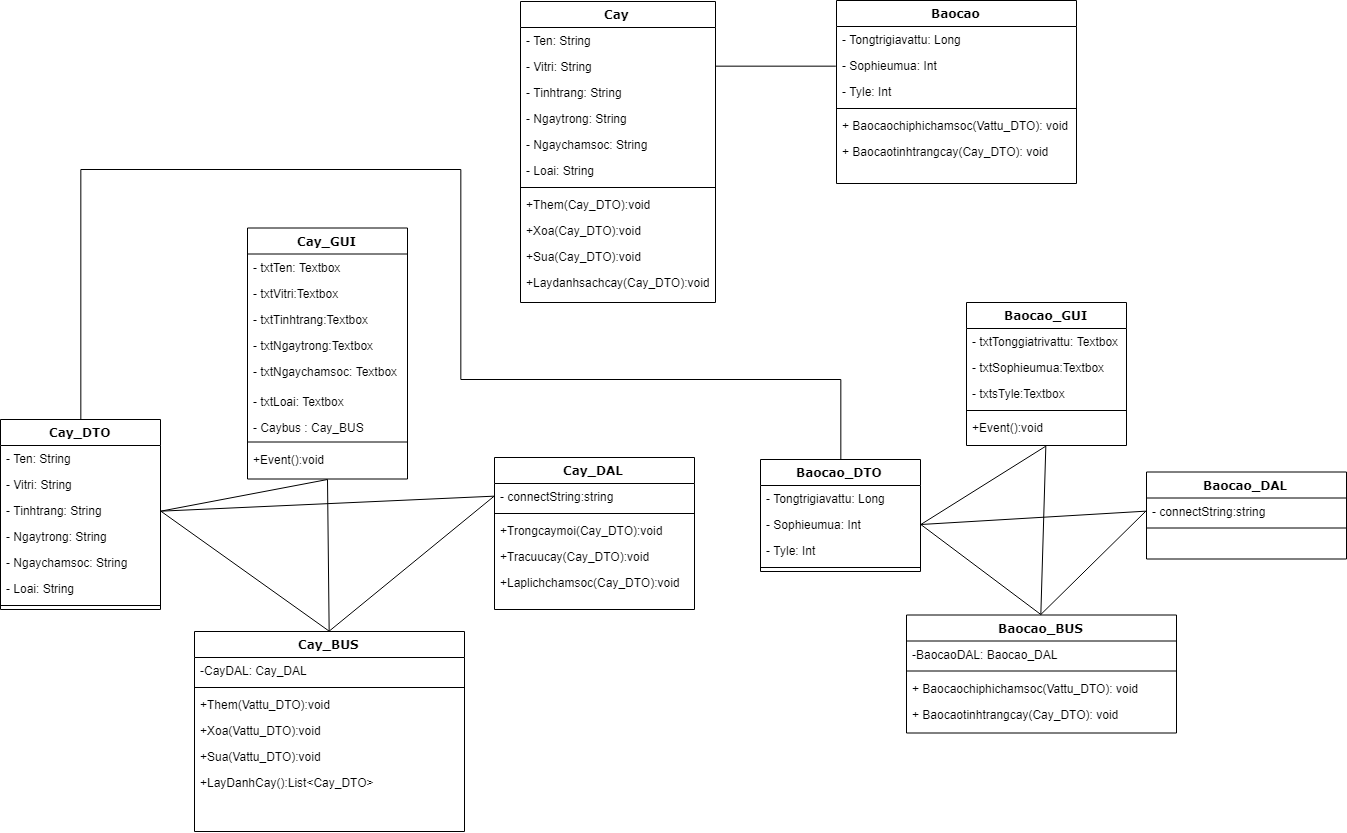
Above: Diagram/CaytthietkeCD.png in phungorquan/TREE-MANAGEMENT-AT-SCHOOL (draw.io), before the change. Source tidied: cells renumbered, new cells last; positions are measured from the earlier drawing's top-left corner, leaving out a move shared by most shapes.
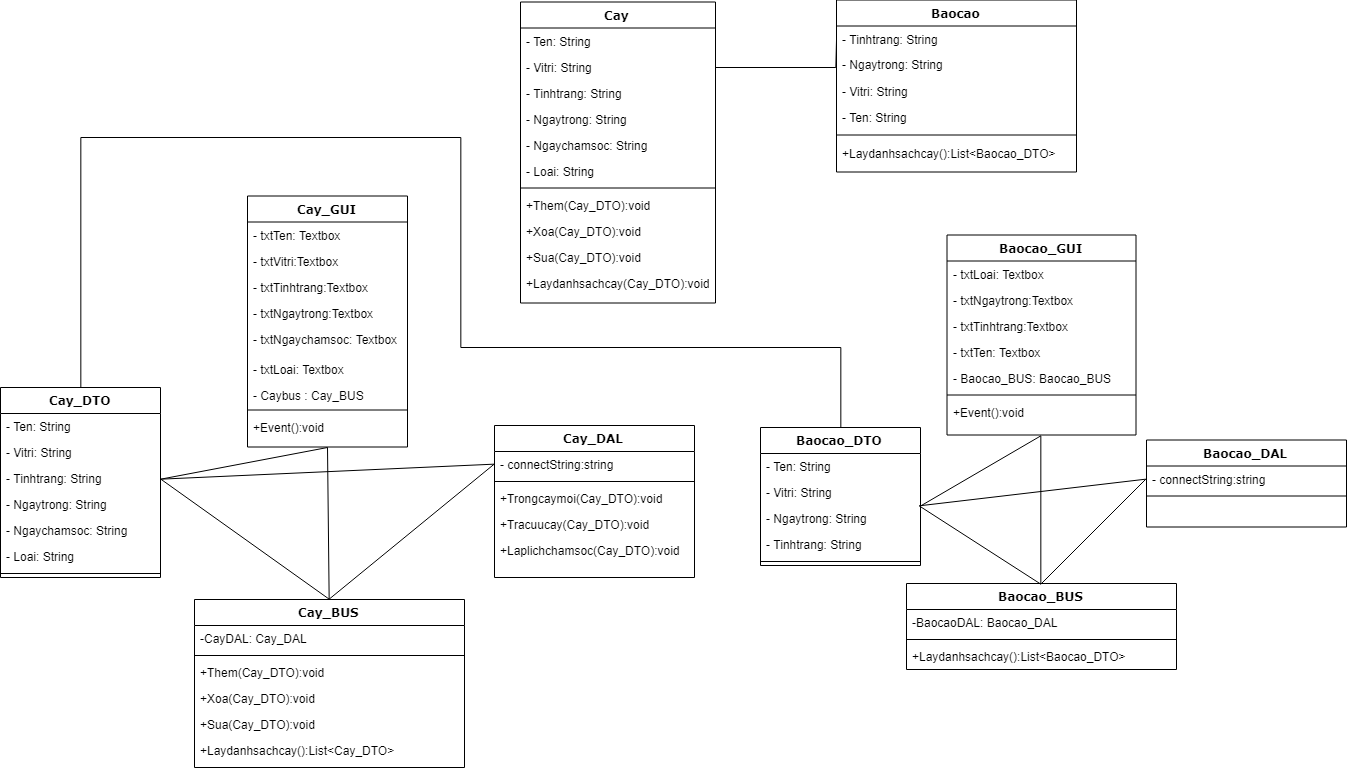
Above is the later version.

Diff of the diagram source:
```diff
@@ -85,7 +85,7 @@
       <mxGeometry y="112" width="200" height="26" as="geometry" />
     </mxCell>
     <mxCell id="27" value="Cay_BUS" style="swimlane;html=1;fontStyle=1;align=center;verticalAlign=top;horizontal=1;startSize=26;swimlaneFillColor=#ffffff;rounded=0;shadow=0;comic=0;labelBackgroundColor=none;strokeColor=#000000;strokeWidth=1;fillColor=none;fontFamily=Verdana;fontSize=12;fontColor=#000000;" parent="1" vertex="1">
-      <mxGeometry x="194" y="631" width="270" height="200" as="geometry" />
+      <mxGeometry x="194" y="631" width="270" height="168" as="geometry" />
     </mxCell>
     <mxCell id="28" value="-CayDAL: Cay_DAL" style="text;html=1;strokeColor=none;fillColor=none;align=left;verticalAlign=top;spacingLeft=4;spacingRight=4;whiteSpace=wrap;overflow=hidden;" parent="27" vertex="1">
       <mxGeometry y="26" width="270" height="26" as="geometry" />
@@ -93,16 +93,16 @@
     <mxCell id="29" style="line;html=1;strokeWidth=1;fillColor=none;align=left;verticalAlign=middle;spacingTop=-1;spacingLeft=3;spacingRight=3;labelPosition=right;" parent="27" vertex="1">
       <mxGeometry y="52" width="270" height="8" as="geometry" />
     </mxCell>
-    <mxCell id="30" value="+Them(&lt;span&gt;Vattu_DTO&lt;/span&gt;):void&lt;br&gt;&lt;br&gt;" style="text;html=1;strokeColor=none;fillColor=none;align=left;verticalAlign=top;spacingLeft=4;spacingRight=4;whiteSpace=wrap;overflow=hidden;" parent="27" vertex="1">
+    <mxCell id="30" value="+Them(Cay_DTO):void&lt;br&gt;&lt;br&gt;" style="text;html=1;strokeColor=none;fillColor=none;align=left;verticalAlign=top;spacingLeft=4;spacingRight=4;whiteSpace=wrap;overflow=hidden;" parent="27" vertex="1">
       <mxGeometry y="60" width="270" height="26" as="geometry" />
     </mxCell>
-    <mxCell id="31" value="+Xoa(Vattu_DTO):void&lt;br&gt;" style="text;html=1;strokeColor=none;fillColor=none;align=left;verticalAlign=top;spacingLeft=4;spacingRight=4;whiteSpace=wrap;overflow=hidden;" parent="27" vertex="1">
+    <mxCell id="31" value="+Xoa(Cay_DTO):void&lt;br&gt;" style="text;html=1;strokeColor=none;fillColor=none;align=left;verticalAlign=top;spacingLeft=4;spacingRight=4;whiteSpace=wrap;overflow=hidden;" parent="27" vertex="1">
       <mxGeometry y="86" width="270" height="26" as="geometry" />
     </mxCell>
-    <mxCell id="32" value="+Sua(Vattu_DTO):void&lt;br&gt;" style="text;html=1;strokeColor=none;fillColor=none;align=left;verticalAlign=top;spacingLeft=4;spacingRight=4;whiteSpace=wrap;overflow=hidden;" parent="27" vertex="1">
+    <mxCell id="32" value="+Sua(Cay_DTO):void&lt;br&gt;" style="text;html=1;strokeColor=none;fillColor=none;align=left;verticalAlign=top;spacingLeft=4;spacingRight=4;whiteSpace=wrap;overflow=hidden;" parent="27" vertex="1">
       <mxGeometry y="112" width="270" height="26" as="geometry" />
     </mxCell>
-    <mxCell id="33" value="+LayDanhCay():List&amp;lt;Cay_DTO&amp;gt;" style="text;html=1;strokeColor=none;fillColor=none;align=left;verticalAlign=top;spacingLeft=4;spacingRight=4;whiteSpace=wrap;overflow=hidden;" parent="27" vertex="1">
+    <mxCell id="33" value="+Laydanhsachcay():List&amp;lt;Cay_DTO&amp;gt;" style="text;html=1;strokeColor=none;fillColor=none;align=left;verticalAlign=top;spacingLeft=4;spacingRight=4;whiteSpace=wrap;overflow=hidden;" parent="27" vertex="1">
       <mxGeometry y="138" width="270" height="26" as="geometry" />
     </mxCell>
     <mxCell id="34" style="endArrow=none;html=1;exitX=0.5;exitY=0;exitDx=0;exitDy=0;entryX=0.5;entryY=1;entryDx=0;entryDy=0;" parent="1" edge="1" source="27" target="11">
@@ -121,58 +121,67 @@
       <mxGeometry relative="1" as="geometry" />
     </mxCell>
     <mxCell id="39" value="Baocao" style="swimlane;html=1;fontStyle=1;align=center;verticalAlign=top;horizontal=1;startSize=26;swimlaneFillColor=#ffffff;rounded=0;shadow=0;comic=0;labelBackgroundColor=none;strokeColor=#000000;strokeWidth=1;fillColor=none;fontFamily=Verdana;fontSize=12;fontColor=#000000;" parent="1" vertex="1">
-      <mxGeometry x="836" width="240" height="183" as="geometry" />
+      <mxGeometry x="836" y="31.5" width="240" height="172" as="geometry" />
     </mxCell>
-    <mxCell id="40" value="- Tongtrigiavattu: Long" style="text;html=1;strokeColor=none;fillColor=none;align=left;verticalAlign=top;spacingLeft=4;spacingRight=4;whiteSpace=wrap;overflow=hidden;" parent="39" vertex="1">
-      <mxGeometry y="26" width="240" height="26" as="geometry" />
-    </mxCell>
-    <mxCell id="41" value="- Sophieumua: Int&lt;br&gt;&lt;br&gt;" style="text;html=1;strokeColor=none;fillColor=none;align=left;verticalAlign=top;spacingLeft=4;spacingRight=4;whiteSpace=wrap;overflow=hidden;points=[[0,0.5],[1,0.5]];portConstraint=eastwest;" parent="39" vertex="1">
-      <mxGeometry y="52" width="240" height="26" as="geometry" />
-    </mxCell>
-    <mxCell id="42" value="- Tyle: Int&lt;br&gt;" style="text;html=1;strokeColor=none;fillColor=none;align=left;verticalAlign=top;spacingLeft=4;spacingRight=4;whiteSpace=wrap;overflow=hidden;" parent="39" vertex="1">
-      <mxGeometry y="78" width="240" height="26" as="geometry" />
-    </mxCell>
+    <mxCell id="83" value="- Tinhtrang: String&lt;br&gt;&lt;br&gt;" style="text;html=1;strokeColor=none;fillColor=none;align=left;verticalAlign=top;spacingLeft=4;spacingRight=4;whiteSpace=wrap;overflow=hidden;" parent="39" vertex="1">
+      <mxGeometry y="26" width="240" height="26" as="geometry" />
+    </mxCell>
+    <mxCell id="84" value="- Ngaytrong: String&lt;br&gt;&lt;br&gt;" style="text;html=1;strokeColor=none;fillColor=none;align=left;verticalAlign=top;spacingLeft=4;spacingRight=4;whiteSpace=wrap;overflow=hidden;" parent="39" vertex="1">
+      <mxGeometry y="52" width="240" height="26" as="geometry" />
+    </mxCell>
+    <mxCell id="85" value="- Vitri: String&lt;br&gt;&lt;br&gt;" style="text;html=1;strokeColor=none;fillColor=none;align=left;verticalAlign=top;spacingLeft=4;spacingRight=4;whiteSpace=wrap;overflow=hidden;" parent="39" vertex="1">
+      <mxGeometry y="78" width="240" height="26" as="geometry" />
+    </mxCell>
+    <mxCell id="86" value="- Ten: String" style="text;html=1;strokeColor=none;fillColor=none;align=left;verticalAlign=top;spacingLeft=4;spacingRight=4;whiteSpace=wrap;overflow=hidden;" parent="39" vertex="1">
+      <mxGeometry y="104" width="240" height="26" as="geometry" />
+    </mxCell>
     <mxCell id="43" style="line;html=1;strokeWidth=1;fillColor=none;align=left;verticalAlign=middle;spacingTop=-1;spacingLeft=3;spacingRight=3;labelPosition=right;" parent="39" vertex="1">
-      <mxGeometry y="104" width="240" height="8" as="geometry" />
+      <mxGeometry y="130" width="240" height="10" as="geometry" />
     </mxCell>
-    <mxCell id="44" value="+ Baocaochiphichamsoc(Vattu_DTO): void&lt;br&gt;&lt;br&gt;" style="text;html=1;strokeColor=none;fillColor=none;align=left;verticalAlign=top;spacingLeft=4;spacingRight=4;whiteSpace=wrap;overflow=hidden;" parent="39" vertex="1">
-      <mxGeometry y="112" width="240" height="26" as="geometry" />
-    </mxCell>
-    <mxCell id="45" value="+ Baocaotinhtrangcay(Cay_DTO): void&lt;br&gt;&lt;br&gt;" style="text;html=1;strokeColor=none;fillColor=none;align=left;verticalAlign=top;spacingLeft=4;spacingRight=4;whiteSpace=wrap;overflow=hidden;" parent="39" vertex="1">
-      <mxGeometry y="138" width="240" height="32" as="geometry" />
+    <mxCell id="45" value="+Laydanhsachcay():List&amp;lt;Baocao_DTO&amp;gt;&lt;br&gt;" style="text;html=1;strokeColor=none;fillColor=none;align=left;verticalAlign=top;spacingLeft=4;spacingRight=4;whiteSpace=wrap;overflow=hidden;" parent="39" vertex="1">
+      <mxGeometry y="140" width="240" height="32" as="geometry" />
     </mxCell>
     <mxCell id="46" value="Baocao_DTO" style="swimlane;html=1;fontStyle=1;align=center;verticalAlign=top;horizontal=1;startSize=26;swimlaneFillColor=#ffffff;rounded=0;shadow=0;comic=0;labelBackgroundColor=none;strokeColor=#000000;strokeWidth=1;fillColor=none;fontFamily=Verdana;fontSize=12;fontColor=#000000;" parent="1" vertex="1">
-      <mxGeometry x="760" y="459" width="160" height="112" as="geometry" />
+      <mxGeometry x="760" y="459" width="160" height="138" as="geometry" />
     </mxCell>
-    <mxCell id="47" value="- Tongtrigiavattu: Long" style="text;html=1;strokeColor=none;fillColor=none;align=left;verticalAlign=top;spacingLeft=4;spacingRight=4;whiteSpace=wrap;overflow=hidden;" parent="46" vertex="1">
-      <mxGeometry y="26" width="160" height="26" as="geometry" />
-    </mxCell>
-    <mxCell id="48" value="- Sophieumua: Int&lt;br&gt;&lt;br&gt;" style="text;html=1;strokeColor=none;fillColor=none;align=left;verticalAlign=top;spacingLeft=4;spacingRight=4;whiteSpace=wrap;overflow=hidden;points=[[0,0.5],[1,0.5]];portConstraint=eastwest;" parent="46" vertex="1">
-      <mxGeometry y="52" width="160" height="26" as="geometry" />
-    </mxCell>
-    <mxCell id="49" value="- Tyle: Int&lt;br&gt;" style="text;html=1;strokeColor=none;fillColor=none;align=left;verticalAlign=top;spacingLeft=4;spacingRight=4;whiteSpace=wrap;overflow=hidden;" parent="46" vertex="1">
-      <mxGeometry y="78" width="160" height="26" as="geometry" />
-    </mxCell>
+    <mxCell id="87" value="- Ten: String" style="text;html=1;strokeColor=none;fillColor=none;align=left;verticalAlign=top;spacingLeft=4;spacingRight=4;whiteSpace=wrap;overflow=hidden;" parent="46" vertex="1">
+      <mxGeometry y="26" width="160" height="26" as="geometry" />
+    </mxCell>
+    <mxCell id="88" value="- Vitri: String&lt;br&gt;&lt;br&gt;" style="text;html=1;strokeColor=none;fillColor=none;align=left;verticalAlign=top;spacingLeft=4;spacingRight=4;whiteSpace=wrap;overflow=hidden;points=[[0,0.5],[1,0.5]];portConstraint=eastwest;" parent="46" vertex="1">
+      <mxGeometry y="52" width="160" height="26" as="geometry" />
+    </mxCell>
+    <mxCell id="89" value="- Ngaytrong: String&lt;br&gt;&lt;br&gt;" style="text;html=1;strokeColor=none;fillColor=none;align=left;verticalAlign=top;spacingLeft=4;spacingRight=4;whiteSpace=wrap;overflow=hidden;points=[[0,0.5],[1,0.5]];portConstraint=eastwest;" parent="46" vertex="1">
+      <mxGeometry y="78" width="160" height="26" as="geometry" />
+    </mxCell>
+    <mxCell id="90" value="- Tinhtrang: String&lt;br&gt;&lt;br&gt;" style="text;html=1;strokeColor=none;fillColor=none;align=left;verticalAlign=top;spacingLeft=4;spacingRight=4;whiteSpace=wrap;overflow=hidden;" parent="46" vertex="1">
+      <mxGeometry y="104" width="160" height="26" as="geometry" />
+    </mxCell>
     <mxCell id="50" style="line;html=1;strokeWidth=1;fillColor=none;align=left;verticalAlign=middle;spacingTop=-1;spacingLeft=3;spacingRight=3;labelPosition=right;" parent="46" vertex="1">
-      <mxGeometry y="104" width="160" height="8" as="geometry" />
+      <mxGeometry y="130" width="160" height="8" as="geometry" />
     </mxCell>
     <mxCell id="51" value="Baocao_GUI" style="swimlane;html=1;fontStyle=1;align=center;verticalAlign=top;horizontal=1;startSize=26;swimlaneFillColor=#ffffff;rounded=0;shadow=0;comic=0;labelBackgroundColor=none;strokeColor=#000000;strokeWidth=1;fillColor=none;fontFamily=Verdana;fontSize=12;fontColor=#000000;" parent="1" vertex="1">
-      <mxGeometry x="966" y="302" width="160" height="143" as="geometry" />
+      <mxGeometry x="946.5" y="266.5" width="189" height="200" as="geometry" />
     </mxCell>
-    <mxCell id="52" value="- txtTonggiatrivattu: Textbox" style="text;html=1;strokeColor=none;fillColor=none;align=left;verticalAlign=top;spacingLeft=4;spacingRight=4;whiteSpace=wrap;overflow=hidden;" parent="51" vertex="1">
-      <mxGeometry y="26" width="160" height="26" as="geometry" />
-    </mxCell>
-    <mxCell id="53" value="- txtSophieumua:Textbox" style="text;html=1;strokeColor=none;fillColor=none;align=left;verticalAlign=top;spacingLeft=4;spacingRight=4;whiteSpace=wrap;overflow=hidden;" parent="51" vertex="1">
-      <mxGeometry y="52" width="160" height="26" as="geometry" />
-    </mxCell>
-    <mxCell id="54" value="- txtsTyle:Textbox" style="text;html=1;strokeColor=none;fillColor=none;align=left;verticalAlign=top;spacingLeft=4;spacingRight=4;whiteSpace=wrap;overflow=hidden;" parent="51" vertex="1">
-      <mxGeometry y="78" width="160" height="26" as="geometry" />
-    </mxCell>
+    <mxCell id="91" value="- txtLoai: Textbox" style="text;html=1;strokeColor=none;fillColor=none;align=left;verticalAlign=top;spacingLeft=4;spacingRight=4;whiteSpace=wrap;overflow=hidden;" parent="51" vertex="1">
+      <mxGeometry y="26" width="189" height="26" as="geometry" />
+    </mxCell>
+    <mxCell id="92" value="- txtNgaytrong:Textbox" style="text;html=1;strokeColor=none;fillColor=none;align=left;verticalAlign=top;spacingLeft=4;spacingRight=4;whiteSpace=wrap;overflow=hidden;" parent="51" vertex="1">
+      <mxGeometry y="52" width="189" height="26" as="geometry" />
+    </mxCell>
+    <mxCell id="93" value="- txtTinhtrang:Textbox" style="text;html=1;strokeColor=none;fillColor=none;align=left;verticalAlign=top;spacingLeft=4;spacingRight=4;whiteSpace=wrap;overflow=hidden;" parent="51" vertex="1">
+      <mxGeometry y="78" width="189" height="26" as="geometry" />
+    </mxCell>
+    <mxCell id="94" value="- txtTen: Textbox" style="text;html=1;strokeColor=none;fillColor=none;align=left;verticalAlign=top;spacingLeft=4;spacingRight=4;whiteSpace=wrap;overflow=hidden;" parent="51" vertex="1">
+      <mxGeometry y="104" width="189" height="26" as="geometry" />
+    </mxCell>
+    <mxCell id="95" value="- Baocao_BUS: Baocao_BUS" style="text;html=1;strokeColor=none;fillColor=none;align=left;verticalAlign=top;spacingLeft=4;spacingRight=4;whiteSpace=wrap;overflow=hidden;" parent="51" vertex="1">
+      <mxGeometry y="130" width="189" height="26" as="geometry" />
+    </mxCell>
     <mxCell id="55" style="line;html=1;strokeWidth=1;fillColor=none;align=left;verticalAlign=middle;spacingTop=-1;spacingLeft=3;spacingRight=3;labelPosition=right;" parent="51" vertex="1">
-      <mxGeometry y="104" width="160" height="8" as="geometry" />
+      <mxGeometry y="156" width="189" height="8" as="geometry" />
     </mxCell>
     <mxCell id="56" value="+Event():void" style="text;html=1;strokeColor=none;fillColor=none;align=left;verticalAlign=top;spacingLeft=4;spacingRight=4;whiteSpace=wrap;overflow=hidden;" parent="51" vertex="1">
-      <mxGeometry y="112" width="160" height="26" as="geometry" />
+      <mxGeometry y="164" width="189" height="26" as="geometry" />
     </mxCell>
     <mxCell id="57" value="Baocao_DAL" style="swimlane;html=1;fontStyle=1;align=center;verticalAlign=top;horizontal=1;startSize=26;swimlaneFillColor=#ffffff;rounded=0;shadow=0;comic=0;labelBackgroundColor=none;strokeColor=#000000;strokeWidth=1;fillColor=none;fontFamily=Verdana;fontSize=12;fontColor=#000000;" parent="1" vertex="1">
       <mxGeometry x="1146" y="471.5" width="200" height="87" as="geometry" />
@@ -184,7 +193,7 @@
       <mxGeometry y="52" width="200" height="8" as="geometry" />
     </mxCell>
     <mxCell id="60" value="Baocao_BUS" style="swimlane;html=1;fontStyle=1;align=center;verticalAlign=top;horizontal=1;startSize=26;swimlaneFillColor=#ffffff;rounded=0;shadow=0;comic=0;labelBackgroundColor=none;strokeColor=#000000;strokeWidth=1;fillColor=none;fontFamily=Verdana;fontSize=12;fontColor=#000000;" parent="1" vertex="1">
-      <mxGeometry x="906" y="614.5" width="270" height="118" as="geometry" />
+      <mxGeometry x="906" y="615" width="270" height="86" as="geometry" />
     </mxCell>
     <mxCell id="61" value="-BaocaoDAL: Baocao_DAL" style="text;html=1;strokeColor=none;fillColor=none;align=left;verticalAlign=top;spacingLeft=4;spacingRight=4;whiteSpace=wrap;overflow=hidden;" parent="60" vertex="1">
       <mxGeometry y="26" width="270" height="26" as="geometry" />
@@ -192,32 +201,31 @@
     <mxCell id="62" style="line;html=1;strokeWidth=1;fillColor=none;align=left;verticalAlign=middle;spacingTop=-1;spacingLeft=3;spacingRight=3;labelPosition=right;" parent="60" vertex="1">
       <mxGeometry y="52" width="270" height="8" as="geometry" />
     </mxCell>
-    <mxCell id="63" value="+ Baocaochiphichamsoc(Vattu_DTO): void&lt;br&gt;&lt;br&gt;" style="text;html=1;strokeColor=none;fillColor=none;align=left;verticalAlign=top;spacingLeft=4;spacingRight=4;whiteSpace=wrap;overflow=hidden;" parent="60" vertex="1">
-      <mxGeometry y="60" width="270" height="26" as="geometry" />
-    </mxCell>
-    <mxCell id="64" value="+ Baocaotinhtrangcay(Cay_DTO): void&lt;br&gt;&lt;br&gt;" style="text;html=1;strokeColor=none;fillColor=none;align=left;verticalAlign=top;spacingLeft=4;spacingRight=4;whiteSpace=wrap;overflow=hidden;" parent="60" vertex="1">
-      <mxGeometry y="86" width="270" height="32" as="geometry" />
-    </mxCell>
+    <mxCell id="96" value="+Laydanhsachcay():List&amp;lt;Baocao_DTO&amp;gt;" style="text;html=1;strokeColor=none;fillColor=none;align=left;verticalAlign=top;spacingLeft=4;spacingRight=4;whiteSpace=wrap;overflow=hidden;" parent="60" vertex="1">
+      <mxGeometry y="60" width="270" height="26" as="geometry" />
+    </mxCell>
     <mxCell id="65" style="endArrow=none;html=1;entryX=0.5;entryY=1;entryDx=0;entryDy=0;exitX=0.5;exitY=0;exitDx=0;exitDy=0;" parent="1" edge="1" source="60" target="51">
       <mxGeometry relative="1" as="geometry" />
     </mxCell>
     <mxCell id="66" style="endArrow=none;html=1;entryX=0;entryY=0.5;entryDx=0;entryDy=0;exitX=0.5;exitY=0;exitDx=0;exitDy=0;" parent="1" edge="1" source="60" target="58">
       <mxGeometry relative="1" as="geometry" />
     </mxCell>
-    <mxCell id="67" style="endArrow=none;html=1;entryX=0.5;entryY=1;entryDx=0;entryDy=0;exitX=1;exitY=0.5;exitDx=0;exitDy=0;" parent="1" edge="1" source="48" target="51">
+    <mxCell id="67" style="endArrow=none;html=1;entryX=0.5;entryY=1;entryDx=0;entryDy=0;exitX=1.005;exitY=0.981;exitDx=0;exitDy=0;exitPerimeter=0;" parent="1" edge="1" source="88" target="51">
       <mxGeometry relative="1" as="geometry" />
     </mxCell>
-    <mxCell id="68" style="endArrow=none;html=1;entryX=0;entryY=0.5;entryDx=0;entryDy=0;exitX=1;exitY=0.5;exitDx=0;exitDy=0;" parent="1" edge="1" source="48" target="58">
+    <mxCell id="68" style="endArrow=none;html=1;entryX=0;entryY=0.5;entryDx=0;entryDy=0;exitX=0.993;exitY=-0.019;exitDx=0;exitDy=0;exitPerimeter=0;" parent="1" edge="1" source="89" target="58">
       <mxGeometry relative="1" as="geometry" />
     </mxCell>
-    <mxCell id="69" style="endArrow=none;html=1;entryX=0.5;entryY=0;entryDx=0;entryDy=0;exitX=1;exitY=0.5;exitDx=0;exitDy=0;" parent="1" edge="1" source="48" target="60">
+    <mxCell id="69" style="endArrow=none;html=1;entryX=0.5;entryY=0;entryDx=0;entryDy=0;exitX=0.993;exitY=0.013;exitDx=0;exitDy=0;exitPerimeter=0;" parent="1" edge="1" source="89" target="60">
       <mxGeometry relative="1" as="geometry" />
     </mxCell>
-    <mxCell id="70" style="edgeStyle=orthogonalEdgeStyle;rounded=0;jettySize=auto;html=1;exitX=1;exitY=0.5;exitDx=0;exitDy=0;endArrow=none;endFill=0;entryX=0;entryY=0.5;entryDx=0;entryDy=0;" parent="1" edge="1" source="73" target="41">
-      <mxGeometry relative="1" as="geometry" />
+    <mxCell id="70" style="edgeStyle=orthogonalEdgeStyle;rounded=0;jettySize=auto;html=1;exitX=1;exitY=0.5;exitDx=0;exitDy=0;endArrow=none;endFill=0;entryX=0;entryY=0.5;entryDx=0;entryDy=0;" parent="1" edge="1" source="73">
+      <mxGeometry relative="1" as="geometry">
+        <mxPoint x="836" y="71.5" as="targetPoint" />
+      </mxGeometry>
     </mxCell>
     <mxCell id="71" value="Cay" style="swimlane;html=1;fontStyle=1;align=center;verticalAlign=top;horizontal=1;startSize=26;swimlaneFillColor=#ffffff;rounded=0;shadow=0;comic=0;labelBackgroundColor=none;strokeColor=#000000;strokeWidth=1;fillColor=none;fontFamily=Verdana;fontSize=12;fontColor=#000000;" parent="1" vertex="1">
-      <mxGeometry x="520" y="1" width="195" height="301" as="geometry" />
+      <mxGeometry x="520" y="33.5" width="195" height="301" as="geometry" />
     </mxCell>
     <mxCell id="72" value="- Ten: String" style="text;html=1;strokeColor=none;fillColor=none;align=left;verticalAlign=top;spacingLeft=4;spacingRight=4;whiteSpace=wrap;overflow=hidden;" parent="71" vertex="1">
       <mxGeometry y="26" width="195" height="26" as="geometry" />
```
